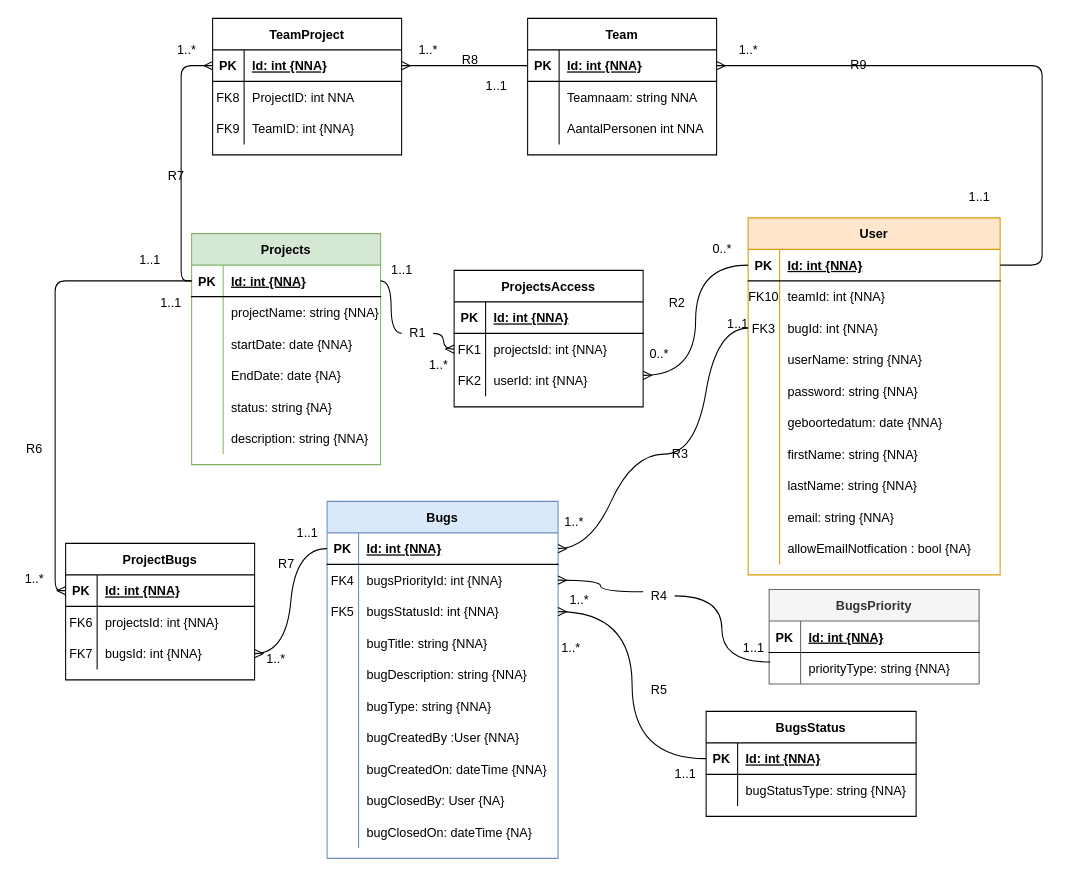
Above: ErdBugProject.drawio in JorisDeRidder42/Project_BugTracker (draw.io), before the change. Source tidied: cells renumbered, new cells numbered last; positions are measured from the earlier drawing's top-left corner, leaving out a move shared by most shapes. Both pictures are drawn from the tidied source at 105%, with x=0, y=0 at pixel (18, 18).
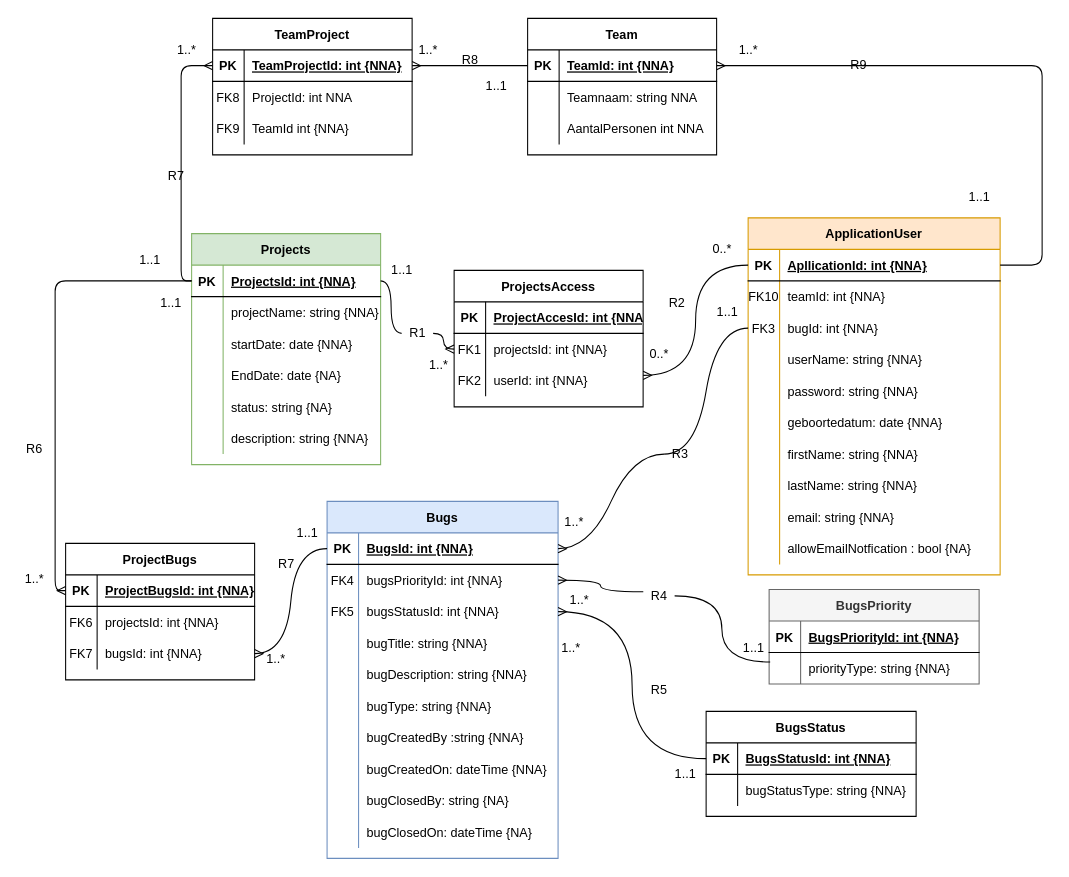
After the change.

The change refers to these unchanged cells:
```xml
<mxCell id="3" style="shape=partialRectangle;fillColor=none;top=0;left=0;bottom=1;right=0;points=[[0,0.5],[1,0.5]];portConstraint=eastwest;" parent="2" vertex="1">
  <mxGeometry y="30" width="220" height="30" as="geometry" />
</mxCell>
<mxCell id="21" style="shape=partialRectangle;fillColor=none;top=0;left=0;bottom=0;right=0;" parent="2" vertex="1">
  <mxGeometry y="210" width="220" height="30" as="geometry" />
</mxCell>
<mxCell id="27" style="shape=partialRectangle;fillColor=none;top=0;left=0;bottom=0;right=0;" parent="2" vertex="1">
  <mxGeometry y="270" width="220" height="30" as="geometry" />
</mxCell>
<mxCell id="34" style="shape=partialRectangle;fillColor=none;top=0;left=0;bottom=1;right=0;" parent="33" vertex="1">
  <mxGeometry y="30" width="200" height="30" as="geometry" />
</mxCell>
<mxCell id="41" style="shape=partialRectangle;fillColor=none;top=0;left=0;bottom=1;right=0;points=[[0,0.5],[1,0.5]];portConstraint=eastwest;" parent="40" vertex="1">
  <mxGeometry y="30" width="180" height="30" as="geometry" />
</mxCell>
<mxCell id="60" style="shape=partialRectangle;fillColor=none;top=0;left=0;bottom=1;right=0;points=[[0,0.5],[1,0.5]];portConstraint=eastwest;" parent="59" vertex="1">
  <mxGeometry y="30" width="240" height="30" as="geometry" />
</mxCell>
<mxCell id="91" style="shape=partialRectangle;fillColor=none;top=0;left=0;bottom=1;right=0;points=[[0,0.5],[1,0.5]];portConstraint=eastwest;" parent="90" vertex="1">
  <mxGeometry y="30" width="200" height="30" as="geometry" />
</mxCell>
<mxCell id="98" style="shape=partialRectangle;fillColor=none;top=0;left=0;bottom=1;right=0;" parent="97" vertex="1">
  <mxGeometry y="30" width="180" height="30" as="geometry" />
</mxCell>
<mxCell id="131" style="shape=partialRectangle;fillColor=none;top=0;left=0;bottom=1;right=0;points=[[0,0.5],[1,0.5]];portConstraint=eastwest;" parent="130" vertex="1">
  <mxGeometry y="30" width="180" height="30" as="geometry" />
</mxCell>
<mxCell id="148" style="shape=partialRectangle;fillColor=none;top=0;left=0;bottom=1;right=0;points=[[0,0.5],[1,0.5]];portConstraint=eastwest;" parent="147" vertex="1">
  <mxGeometry y="30" width="180" height="30" as="geometry" />
</mxCell>
```

The edit, as a diff of the source:
```diff
@@
-    <mxCell id="5" value="Id: int {NNA}" style="shape=partialRectangle;fillColor=none;top=0;left=0;bottom=0;right=0;align=left;spacingLeft=6;fontStyle=5;overflow=hidden;" parent="3" vertex="1">
+    <mxCell id="5" value="BugsId: int {NNA}" style="shape=partialRectangle;fillColor=none;top=0;left=0;bottom=0;right=0;align=left;spacingLeft=6;fontStyle=5;overflow=hidden;" parent="3" vertex="1">
       <mxGeometry x="30" width="190" height="30" as="geometry" />
     </mxCell>
@@
-    <mxCell id="23" value="bugCreatedBy :User {NNA}" style="shape=partialRectangle;fillColor=none;top=0;left=0;bottom=0;right=0;align=left;spacingLeft=6;overflow=hidden;" parent="21" vertex="1">
+    <mxCell id="23" value="bugCreatedBy :string {NNA}" style="shape=partialRectangle;fillColor=none;top=0;left=0;bottom=0;right=0;align=left;spacingLeft=6;overflow=hidden;" parent="21" vertex="1">
       <mxGeometry x="30" width="190" height="30" as="geometry" />
     </mxCell>
@@
-    <mxCell id="29" value="bugClosedBy: User {NA}" style="shape=partialRectangle;fillColor=none;top=0;left=0;bottom=0;right=0;align=left;spacingLeft=6;overflow=hidden;" parent="27" vertex="1">
+    <mxCell id="29" value="bugClosedBy: string {NA}" style="shape=partialRectangle;fillColor=none;top=0;left=0;bottom=0;right=0;align=left;spacingLeft=6;overflow=hidden;" parent="27" vertex="1">
       <mxGeometry x="30" width="190" height="30" as="geometry" />
     </mxCell>
@@
-    <mxCell id="36" value="Id: int {NNA}" style="shape=partialRectangle;fillColor=none;top=0;left=0;bottom=0;right=0;align=left;spacingLeft=6;fontStyle=5;overflow=hidden;" parent="34" vertex="1">
+    <mxCell id="36" value="BugsPriorityId: int {NNA}" style="shape=partialRectangle;fillColor=none;top=0;left=0;bottom=0;right=0;align=left;spacingLeft=6;fontStyle=5;overflow=hidden;" parent="34" vertex="1">
       <mxGeometry x="30" width="170" height="30" as="geometry" />
     </mxCell>
@@
-    <mxCell id="43" value="Id: int {NNA}" style="shape=partialRectangle;fillColor=none;top=0;left=0;bottom=0;right=0;align=left;spacingLeft=6;fontStyle=5;overflow=hidden;" parent="41" vertex="1">
+    <mxCell id="43" value="ProjectsId: int {NNA}" style="shape=partialRectangle;fillColor=none;top=0;left=0;bottom=0;right=0;align=left;spacingLeft=6;fontStyle=5;overflow=hidden;" parent="41" vertex="1">
       <mxGeometry x="30" width="150" height="30" as="geometry" />
     </mxCell>
@@
-    <mxCell id="59" value="User" style="shape=table;startSize=30;childLayout=tableLayout;rowLines=0;fontStyle=1;align=center;fillColor=#ffe6cc;strokeColor=#d79b00;" parent="1" vertex="1">
+    <mxCell id="59" value="ApplicationUser" style="shape=table;startSize=30;childLayout=tableLayout;rowLines=0;fontStyle=1;align=center;fillColor=#ffe6cc;strokeColor=#d79b00;" parent="1" vertex="1">
       <mxGeometry x="695" y="190" width="240" height="340" as="geometry" />
     </mxCell>
@@
-    <mxCell id="62" value="Id: int {NNA}" style="shape=partialRectangle;fillColor=none;top=0;left=0;bottom=0;right=0;align=left;spacingLeft=6;fontStyle=5;overflow=hidden;" parent="60" vertex="1">
+    <mxCell id="62" value="ApllicationId: int {NNA}" style="shape=partialRectangle;fillColor=none;top=0;left=0;bottom=0;right=0;align=left;spacingLeft=6;fontStyle=5;overflow=hidden;" parent="60" vertex="1">
       <mxGeometry x="30" width="210" height="30" as="geometry" />
     </mxCell>
@@
-    <mxCell id="93" value="Id: int {NNA}" style="shape=partialRectangle;fillColor=none;top=0;left=0;bottom=0;right=0;align=left;spacingLeft=6;fontStyle=5;overflow=hidden;" parent="91" vertex="1">
+    <mxCell id="93" value="BugsStatusId: int {NNA}" style="shape=partialRectangle;fillColor=none;top=0;left=0;bottom=0;right=0;align=left;spacingLeft=6;fontStyle=5;overflow=hidden;" parent="91" vertex="1">
       <mxGeometry x="30" width="170" height="30" as="geometry" />
     </mxCell>
@@
-    <mxCell id="100" value="Id: int {NNA}" style="shape=partialRectangle;fillColor=none;top=0;left=0;bottom=0;right=0;align=left;spacingLeft=6;fontStyle=5;overflow=hidden;" parent="98" vertex="1">
+    <mxCell id="100" value="ProjectAccesId: int {NNA}" style="shape=partialRectangle;fillColor=none;top=0;left=0;bottom=0;right=0;align=left;spacingLeft=6;fontStyle=5;overflow=hidden;" parent="98" vertex="1">
       <mxGeometry x="30" width="150" height="30" as="geometry" />
     </mxCell>
@@
     <mxCell id="118" value="1..1" style="text;html=1;align=center;verticalAlign=middle;strokeColor=none;fillColor=none;" parent="1" vertex="1">
-      <mxGeometry x="665" y="281" width="40" height="20" as="geometry" />
+      <mxGeometry x="655" y="270" width="40" height="20" as="geometry" />
     </mxCell>
@@
-    <mxCell id="133" value="Id: int {NNA}" style="shape=partialRectangle;fillColor=none;top=0;left=0;bottom=0;right=0;align=left;spacingLeft=6;fontStyle=5;overflow=hidden;" parent="131" vertex="1">
+    <mxCell id="133" value="ProjectBugsId: int {NNA}" style="shape=partialRectangle;fillColor=none;top=0;left=0;bottom=0;right=0;align=left;spacingLeft=6;fontStyle=5;overflow=hidden;" parent="131" vertex="1">
       <mxGeometry x="30" width="150" height="30" as="geometry" />
     </mxCell>
@@
-    <mxCell id="150" value="Id: int {NNA}" style="shape=partialRectangle;fillColor=none;top=0;left=0;bottom=0;right=0;align=left;spacingLeft=6;fontStyle=5;overflow=hidden;" parent="148" vertex="1">
+    <mxCell id="150" value="TeamId: int {NNA}" style="shape=partialRectangle;fillColor=none;top=0;left=0;bottom=0;right=0;align=left;spacingLeft=6;fontStyle=5;overflow=hidden;" parent="148" vertex="1">
       <mxGeometry x="30" width="150" height="30" as="geometry" />
     </mxCell>
@@
     <mxCell id="157" value="TeamProject" style="shape=table;startSize=30;childLayout=tableLayout;rowLines=0;fontStyle=1;align=center;" parent="1" vertex="1">
-      <mxGeometry x="185" width="180" height="130" as="geometry" />
+      <mxGeometry x="185" width="190" height="130" as="geometry" />
     </mxCell>
     <mxCell id="158" style="shape=partialRectangle;fillColor=none;top=0;left=0;bottom=1;right=0;points=[[0,0.5],[1,0.5]];portConstraint=eastwest;" parent="157" vertex="1">
-      <mxGeometry y="30" width="180" height="30" as="geometry" />
+      <mxGeometry y="30" width="190" height="30" as="geometry" />
     </mxCell>
@@
-    <mxCell id="160" value="Id: int {NNA}" style="shape=partialRectangle;fillColor=none;top=0;left=0;bottom=0;right=0;align=left;spacingLeft=6;fontStyle=5;overflow=hidden;" parent="158" vertex="1">
-      <mxGeometry x="30" width="150" height="30" as="geometry" />
+    <mxCell id="160" value="TeamProjectId: int {NNA}" style="shape=partialRectangle;fillColor=none;top=0;left=0;bottom=0;right=0;align=left;spacingLeft=6;fontStyle=5;overflow=hidden;" parent="158" vertex="1">
+      <mxGeometry x="30" width="160" height="30" as="geometry" />
     </mxCell>
     <mxCell id="161" style="shape=partialRectangle;fillColor=none;top=0;left=0;bottom=0;right=0;" parent="157" vertex="1">
-      <mxGeometry y="60" width="180" height="30" as="geometry" />
+      <mxGeometry y="60" width="190" height="30" as="geometry" />
     </mxCell>
@@
-    <mxCell id="163" value="ProjectID: int NNA" style="shape=partialRectangle;fillColor=none;top=0;left=0;bottom=0;right=0;align=left;spacingLeft=6;overflow=hidden;" parent="161" vertex="1">
-      <mxGeometry x="30" width="150" height="30" as="geometry" />
+    <mxCell id="163" value="ProjectId: int NNA" style="shape=partialRectangle;fillColor=none;top=0;left=0;bottom=0;right=0;align=left;spacingLeft=6;overflow=hidden;" parent="161" vertex="1">
+      <mxGeometry x="30" width="160" height="30" as="geometry" />
     </mxCell>
     <mxCell id="164" style="shape=partialRectangle;fillColor=none;top=0;left=0;bottom=0;right=0;" parent="157" vertex="1">
-      <mxGeometry y="90" width="180" height="30" as="geometry" />
+      <mxGeometry y="90" width="190" height="30" as="geometry" />
     </mxCell>
@@
-    <mxCell id="166" value="TeamID: int {NNA}" style="shape=partialRectangle;fillColor=none;top=0;left=0;bottom=0;right=0;align=left;spacingLeft=6;overflow=hidden;" parent="164" vertex="1">
-      <mxGeometry x="30" width="150" height="30" as="geometry" />
+    <mxCell id="166" value="TeamId int {NNA}" style="shape=partialRectangle;fillColor=none;top=0;left=0;bottom=0;right=0;align=left;spacingLeft=6;overflow=hidden;" parent="164" vertex="1">
+      <mxGeometry x="30" width="160" height="30" as="geometry" />
     </mxCell>
```
